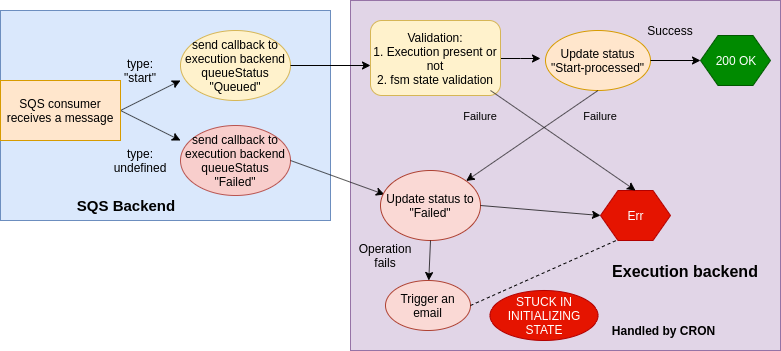
This is start_queue_processing.png from prodipta/blueshift-resouce, a draw.io export, as it was before one commit. Source tidied: cells renumbered, new cells last; positions are measured from the earlier drawing's top-left corner, leaving out a move shared by most shapes.
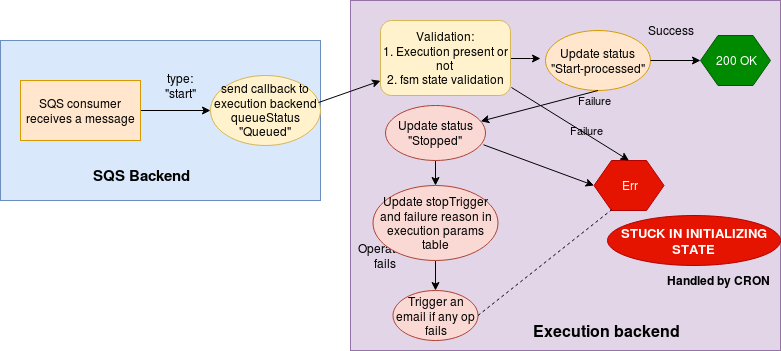
Above is the later version.

The edit, as a diff of the source:
```diff
@@ -6,71 +6,54 @@
       <mxGeometry x="350" width="430" height="350" as="geometry" />
     </mxCell>
     <mxCell id="3" style="rounded=0;whiteSpace=wrap;html=1;fillColor=#dae8fc;strokeColor=#6c8ebf;" parent="1" vertex="1">
-      <mxGeometry y="10" width="330" height="210" as="geometry" />
+      <mxGeometry y="40" width="320" height="160" as="geometry" />
     </mxCell>
-    <mxCell id="4" style="endArrow=classic;html=1;exitX=1;exitY=0.5;exitDx=0;exitDy=0;" parent="1" edge="1">
-      <mxGeometry relative="1" as="geometry">
-        <mxPoint x="120" y="110" as="sourcePoint" />
-        <mxPoint x="180" y="80" as="targetPoint" />
-      </mxGeometry>
+    <mxCell id="4" style="endArrow=classic;html=1;entryX=0;entryY=0.5;entryDx=0;entryDy=0;exitX=1;exitY=0.5;exitDx=0;exitDy=0;" parent="1" edge="1" source="7" target="9">
+      <mxGeometry relative="1" as="geometry" />
     </mxCell>
     <mxCell id="5" value="type: &quot;start&quot;" style="text;html=1;strokeColor=none;fillColor=none;align=center;verticalAlign=middle;whiteSpace=wrap;rounded=0;" parent="1" vertex="1">
-      <mxGeometry x="110" y="60" width="60" height="20" as="geometry" />
+      <mxGeometry x="150" y="75" width="60" height="20" as="geometry" />
     </mxCell>
-    <mxCell id="6" style="endArrow=classic;html=1;exitX=1;exitY=0.5;exitDx=0;exitDy=0;" parent="1" edge="1">
-      <mxGeometry relative="1" as="geometry">
-        <mxPoint x="120" y="110" as="sourcePoint" />
-        <mxPoint x="180" y="140" as="targetPoint" />
-      </mxGeometry>
-    </mxCell>
     <mxCell id="7" value="&lt;span style=&quot;white-space: normal&quot;&gt;SQS consumer receives a message&lt;/span&gt;" style="rounded=0;whiteSpace=wrap;html=1;fillColor=#ffe6cc;strokeColor=#d79b00;" parent="1" vertex="1">
-      <mxGeometry y="80" width="120" height="60" as="geometry" />
+      <mxGeometry x="20" y="80" width="120" height="60" as="geometry" />
     </mxCell>
-    <mxCell id="8" value="type: undefined" style="text;html=1;strokeColor=none;fillColor=none;align=center;verticalAlign=middle;whiteSpace=wrap;rounded=0;" parent="1" vertex="1">
-      <mxGeometry x="120" y="150" width="40" height="20" as="geometry" />
-    </mxCell>
     <mxCell id="9" value="send callback to execution backend queueStatus &quot;Queued&quot;" style="ellipse;whiteSpace=wrap;html=1;fillColor=#fff2cc;strokeColor=#d6b656;" parent="1" vertex="1">
-      <mxGeometry x="180" y="30" width="110" height="70" as="geometry" />
+      <mxGeometry x="210" y="75" width="110" height="70" as="geometry" />
     </mxCell>
-    <mxCell id="10" value="send callback to execution backend queueStatus &quot;Failed&quot;" style="ellipse;whiteSpace=wrap;html=1;fillColor=#f8cecc;strokeColor=#b85450;" parent="1" vertex="1">
-      <mxGeometry x="180" y="125" width="110" height="70" as="geometry" />
-    </mxCell>
     <mxCell id="11" value="SQS Backend" style="text;html=1;strokeColor=none;fillColor=none;align=center;verticalAlign=middle;whiteSpace=wrap;rounded=0;fontStyle=1;fontSize=15;" parent="1" vertex="1">
-      <mxGeometry x="70" y="195" width="110" height="20" as="geometry" />
+      <mxGeometry x="85" y="165" width="110" height="20" as="geometry" />
     </mxCell>
-    <mxCell id="12" style="endArrow=classic;html=1;exitX=1;exitY=0.5;exitDx=0;exitDy=0;" parent="1" edge="1" source="9">
-      <mxGeometry relative="1" as="geometry">
-        <mxPoint x="370" y="65" as="targetPoint" />
-      </mxGeometry>
+    <mxCell id="12" style="endArrow=classic;html=1;exitX=0.982;exitY=0.386;exitDx=0;exitDy=0;exitPerimeter=0;" parent="1" edge="1" source="9" target="15">
+      <mxGeometry relative="1" as="geometry" />
     </mxCell>
-    <mxCell id="13" style="endArrow=classic;html=1;exitX=1;exitY=0.5;exitDx=0;exitDy=0;entryX=0.04;entryY=0.343;entryDx=0;entryDy=0;entryPerimeter=0;" parent="1" edge="1" source="10" target="16">
-      <mxGeometry relative="1" as="geometry" />
-    </mxCell>
     <mxCell id="14" style="edgeStyle=orthogonalEdgeStyle;rounded=0;jettySize=auto;html=1;" parent="1" edge="1" source="15">
       <mxGeometry relative="1" as="geometry">
         <mxPoint x="540" y="58" as="targetPoint" />
       </mxGeometry>
     </mxCell>
     <mxCell id="15" value="Validation:&lt;br&gt;1. Execution present or not&lt;br&gt;2. fsm state validation" style="rounded=1;whiteSpace=wrap;html=1;fillColor=#fff2cc;strokeColor=#d6b656;" parent="1" vertex="1">
-      <mxGeometry x="370" y="20" width="130" height="75" as="geometry" />
+      <mxGeometry x="380" y="20" width="130" height="75" as="geometry" />
     </mxCell>
+    <mxCell id="34" style="edgeStyle=orthogonalEdgeStyle;rounded=0;jettySize=auto;html=1;fontSize=13;" parent="1" edge="1" source="16" target="35">
+      <mxGeometry relative="1" as="geometry" />
+    </mxCell>
-    <mxCell id="16" value="Update status to &quot;Failed&quot;" style="ellipse;whiteSpace=wrap;html=1;fillColor=#fad9d5;strokeColor=#ae4132;" parent="1" vertex="1">
-      <mxGeometry x="380" y="170" width="100" height="70" as="geometry" />
+    <mxCell id="16" value="Update status &quot;Stopped&quot;" style="ellipse;whiteSpace=wrap;html=1;fillColor=#fad9d5;strokeColor=#ae4132;" parent="1" vertex="1">
+      <mxGeometry x="385" y="105" width="100" height="55" as="geometry" />
     </mxCell>
-    <mxCell id="17" style="endArrow=classic;html=1;exitX=1;exitY=0.5;exitDx=0;exitDy=0;entryX=0;entryY=0.5;entryDx=0;entryDy=0;" parent="1" edge="1" source="16" target="18">
+    <mxCell id="17" style="endArrow=classic;html=1;exitX=0.98;exitY=0.714;exitDx=0;exitDy=0;entryX=0;entryY=0.5;entryDx=0;entryDy=0;exitPerimeter=0;" parent="1" edge="1" source="16" target="18">
       <mxGeometry relative="1" as="geometry" />
     </mxCell>
     <mxCell id="18" value="Err" style="shape=hexagon;perimeter=hexagonPerimeter2;whiteSpace=wrap;html=1;fillColor=#e51400;strokeColor=#B20000;fontColor=#ffffff;" parent="1" vertex="1">
-      <mxGeometry x="600" y="190" width="70" height="50" as="geometry" />
+      <mxGeometry x="593.5" y="160" width="70" height="50" as="geometry" />
     </mxCell>
     <mxCell id="19" value="Operation fails" style="text;html=1;strokeColor=none;fillColor=none;align=center;verticalAlign=middle;whiteSpace=wrap;rounded=0;" parent="1" vertex="1">
       <mxGeometry x="350" y="245" width="70" height="20" as="geometry" />
     </mxCell>
-    <mxCell id="20" value="Trigger an email" style="ellipse;whiteSpace=wrap;html=1;fillColor=#fad9d5;strokeColor=#ae4132;" parent="1" vertex="1">
-      <mxGeometry x="385" y="280" width="85" height="50" as="geometry" />
+    <mxCell id="20" value="Trigger an email if any op fails" style="ellipse;whiteSpace=wrap;html=1;fillColor=#fad9d5;strokeColor=#ae4132;" parent="1" vertex="1">
+      <mxGeometry x="392.5" y="290" width="85" height="50" as="geometry" />
     </mxCell>
-    <mxCell id="21" value="STUCK IN INITIALIZING STATE" style="ellipse;whiteSpace=wrap;html=1;fillColor=#e51400;strokeColor=#B20000;fontColor=#ffffff;" parent="1" vertex="1">
-      <mxGeometry x="489.5" y="290" width="108" height="50" as="geometry" />
+    <mxCell id="21" value="STUCK IN INITIALIZING STATE" style="ellipse;whiteSpace=wrap;html=1;fillColor=#e51400;strokeColor=#B20000;fontColor=#ffffff;fontStyle=1;fontSize=13;" parent="1" vertex="1">
+      <mxGeometry x="607" y="215" width="173" height="50" as="geometry" />
     </mxCell>
     <mxCell id="22" style="endArrow=none;dashed=1;html=1;exitX=1;exitY=0.5;exitDx=0;exitDy=0;entryX=0.257;entryY=0.98;entryDx=0;entryDy=0;entryPerimeter=0;" parent="1" edge="1" source="20" target="18">
       <mxGeometry relative="1" as="geometry" />
@@ -90,27 +73,30 @@
       <mxGeometry x="700" y="35" width="70" height="50" as="geometry" />
     </mxCell>
     <mxCell id="27" value="Execution backend" style="text;html=1;strokeColor=none;fillColor=none;align=center;verticalAlign=middle;whiteSpace=wrap;rounded=0;fontStyle=1;fontSize=16;" parent="1" vertex="1">
-      <mxGeometry x="610" y="260" width="150" height="20" as="geometry" />
+      <mxGeometry x="530" y="320" width="150" height="20" as="geometry" />
     </mxCell>
     <mxCell id="28" style="endArrow=classic;html=1;fontSize=15;entryX=0.5;entryY=0;entryDx=0;entryDy=0;" parent="1" edge="1" target="18">
       <mxGeometry relative="1" as="geometry">
-        <mxPoint x="490" y="90" as="sourcePoint" />
+        <mxPoint x="511" y="87" as="sourcePoint" />
       </mxGeometry>
     </mxCell>
     <mxCell id="29" value="Failure" style="text;html=1;strokeColor=none;fillColor=none;align=center;verticalAlign=middle;whiteSpace=wrap;rounded=0;fontSize=11;" parent="1" vertex="1">
-      <mxGeometry x="460" y="105" width="40" height="20" as="geometry" />
+      <mxGeometry x="565" y="120" width="40" height="20" as="geometry" />
     </mxCell>
-    <mxCell id="30" style="endArrow=classic;html=1;fontSize=11;exitX=0.5;exitY=1;exitDx=0;exitDy=0;" parent="1" edge="1" source="16" target="20">
+    <mxCell id="30" style="endArrow=classic;html=1;fontSize=11;exitX=0.5;exitY=1;exitDx=0;exitDy=0;" parent="1" edge="1" source="35" target="20">
       <mxGeometry relative="1" as="geometry" />
     </mxCell>
     <mxCell id="31" style="endArrow=classic;html=1;fontSize=11;exitX=0.5;exitY=1;exitDx=0;exitDy=0;" parent="1" edge="1" source="23" target="16">
       <mxGeometry relative="1" as="geometry" />
     </mxCell>
     <mxCell id="32" value="Failure" style="text;html=1;strokeColor=none;fillColor=none;align=center;verticalAlign=middle;whiteSpace=wrap;rounded=0;fontSize=11;" parent="1" vertex="1">
-      <mxGeometry x="580" y="105" width="40" height="20" as="geometry" />
+      <mxGeometry x="573.5" y="90" width="40" height="20" as="geometry" />
     </mxCell>
     <mxCell id="33" value="Handled by CRON" style="text;html=1;strokeColor=none;fillColor=none;align=center;verticalAlign=middle;whiteSpace=wrap;rounded=0;fontStyle=1;" parent="1" vertex="1">
-      <mxGeometry x="600" y="320" width="125" height="20" as="geometry" />
+      <mxGeometry x="655" y="270" width="125" height="20" as="geometry" />
     </mxCell>
+    <mxCell id="35" value="Update stopTrigger and failure reason in execution params table" style="ellipse;whiteSpace=wrap;html=1;fillColor=#fad9d5;strokeColor=#ae4132;" parent="1" vertex="1">
+      <mxGeometry x="372.5" y="185" width="125" height="75" as="geometry" />
+    </mxCell>
   </root>
 </mxGraphModel>
```
